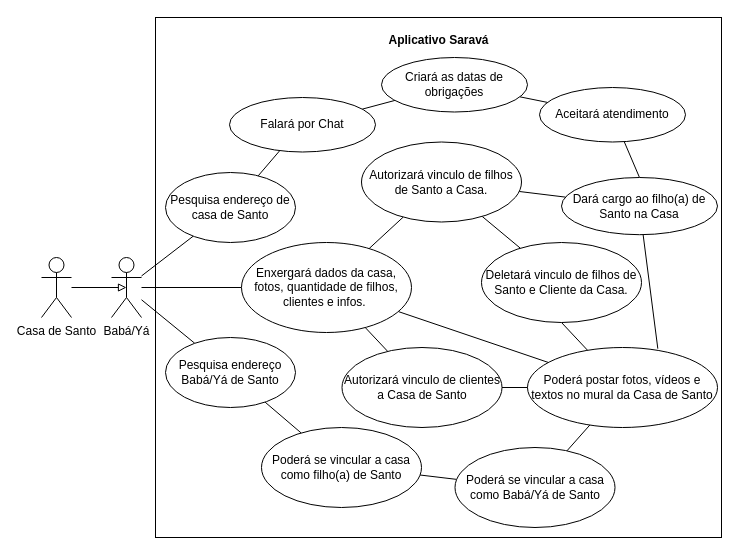
Above: CasoDeUsoBabá/Yá/CasaDeSanto.drawio in AlexCarvalhovisk/sarava (draw.io), before the change. Source tidied: cells renumbered, new cells numbered last; positions are measured from the earlier drawing's top-left corner, leaving out a move shared by most shapes. Both pictures are drawn from the tidied source at 100%, with x=0, y=0 at pixel (41, 17).
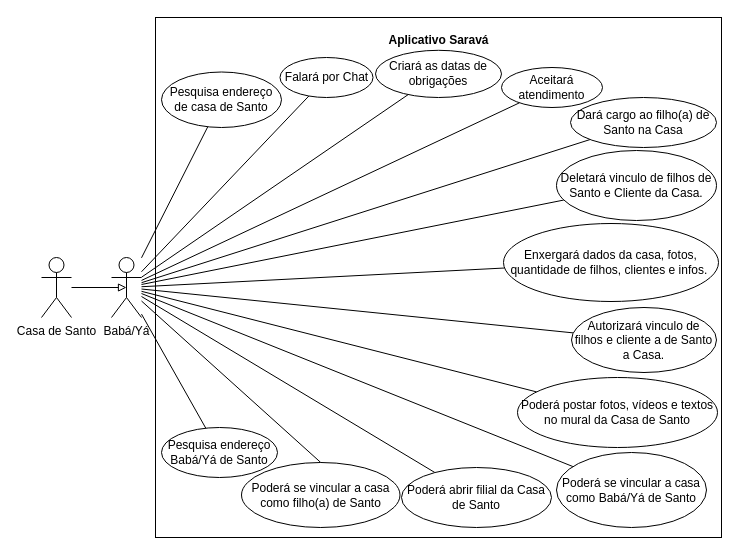
The same page after the edit.

The change refers to these unchanged cells:
```xml
<mxCell id="8" value="Babá/Yá" style="shape=umlActor;verticalLabelPosition=bottom;verticalAlign=top;html=1;" parent="1" vertex="1">
  <mxGeometry x="70" y="240" width="30" height="60" as="geometry" />
</mxCell>
```

Diff of the diagram source:
```diff
@@
+    <mxCell id="6" style="rounded=0;jettySize=auto;html=1;endArrow=none;endFill=0;" parent="1" edge="1" source="8" target="10">
+      <mxGeometry relative="1" as="geometry" />
+    </mxCell>
+    <mxCell id="38" style="rounded=0;jettySize=auto;html=1;endArrow=none;endFill=0;" parent="1" edge="1" source="8" target="24">
+      <mxGeometry relative="1" as="geometry" />
+    </mxCell>
+    <mxCell id="39" style="rounded=0;jettySize=auto;html=1;endArrow=none;endFill=0;" parent="1" edge="1" source="8" target="22">
+      <mxGeometry relative="1" as="geometry" />
+    </mxCell>
+    <mxCell id="40" style="rounded=0;jettySize=auto;html=1;endArrow=none;endFill=0;" parent="1" edge="1" source="8" target="26">
+      <mxGeometry relative="1" as="geometry" />
+    </mxCell>
+    <mxCell id="41" style="rounded=0;jettySize=auto;html=1;endArrow=none;endFill=0;" parent="1" edge="1" source="8" target="30">
+      <mxGeometry relative="1" as="geometry" />
+    </mxCell>
+    <mxCell id="42" style="rounded=0;jettySize=auto;html=1;endArrow=none;endFill=0;" parent="1" edge="1" source="8" target="37">
+      <mxGeometry relative="1" as="geometry" />
+    </mxCell>
+    <mxCell id="7" style="rounded=0;jettySize=auto;html=1;endArrow=none;endFill=0;" parent="1" edge="1" source="8" target="15">
+      <mxGeometry relative="1" as="geometry" />
+    </mxCell>
+    <mxCell id="43" style="rounded=0;jettySize=auto;html=1;endArrow=none;endFill=0;" parent="1" edge="1" source="8" target="36">
+      <mxGeometry relative="1" as="geometry" />
+    </mxCell>
+    <mxCell id="44" style="rounded=0;jettySize=auto;html=1;endArrow=none;endFill=0;" parent="1" edge="1" source="8" target="20">
+      <mxGeometry relative="1" as="geometry" />
+    </mxCell>
+    <mxCell id="45" style="rounded=0;jettySize=auto;html=1;endArrow=none;endFill=0;" parent="1" edge="1" source="8" target="28">
+      <mxGeometry relative="1" as="geometry" />
+    </mxCell>
+    <mxCell id="46" style="rounded=0;jettySize=auto;html=1;endArrow=none;endFill=0;" parent="1" edge="1" source="8" target="32">
+      <mxGeometry relative="1" as="geometry" />
+    </mxCell>
+    <mxCell id="47" style="rounded=0;jettySize=auto;html=1;entryX=0.5;entryY=0;entryDx=0;entryDy=0;endArrow=none;endFill=0;" parent="1" edge="1" source="8" target="18">
+      <mxGeometry relative="1" as="geometry" />
+    </mxCell>
@@
-    <mxCell id="6" style="rounded=0;jettySize=auto;html=1;endArrow=none;endFill=0;" parent="1" edge="1" source="8" target="10">
-      <mxGeometry relative="1" as="geometry" />
-    </mxCell>
-    <mxCell id="7" style="rounded=0;jettySize=auto;html=1;endArrow=none;endFill=0;" parent="1" edge="1" source="8" target="15">
-      <mxGeometry relative="1" as="geometry" />
-    </mxCell>
@@
-    <mxCell id="9" style="rounded=0;jettySize=auto;html=1;endArrow=none;endFill=0;" parent="1" edge="1" source="10" target="24">
-      <mxGeometry relative="1" as="geometry" />
-    </mxCell>
     <mxCell id="10" value="Pesquisa endereço de casa de Santo" style="ellipse;whiteSpace=wrap;html=1;" parent="1" vertex="1">
-      <mxGeometry x="124" y="155" width="130" height="70" as="geometry" />
+      <mxGeometry x="120" y="54.5" width="120" height="55.5" as="geometry" />
     </mxCell>
-    <mxCell id="11" style="rounded=0;jettySize=auto;html=1;endArrow=none;endFill=0;" parent="1" edge="1" source="12" target="18">
-      <mxGeometry relative="1" as="geometry" />
-    </mxCell>
     <mxCell id="12" value="Pesquisa endereço Babá/Yá de Santo" style="ellipse;whiteSpace=wrap;html=1;" parent="1" vertex="1">
-      <mxGeometry x="124" y="320" width="130" height="70" as="geometry" />
+      <mxGeometry x="120" y="410" width="116" height="50" as="geometry" />
     </mxCell>
-    <mxCell id="13" style="rounded=0;jettySize=auto;html=1;endArrow=none;endFill=0;" parent="1" edge="1" source="15" target="20">
-      <mxGeometry relative="1" as="geometry" />
-    </mxCell>
-    <mxCell id="14" style="rounded=0;jettySize=auto;html=1;endArrow=none;endFill=0;" parent="1" edge="1" source="15" target="32">
-      <mxGeometry relative="1" as="geometry" />
-    </mxCell>
     <mxCell id="15" value="Enxergará dados da casa, fotos, quantidade de filhos, clientes e infos.&amp;nbsp;" style="ellipse;whiteSpace=wrap;html=1;" parent="1" vertex="1">
-      <mxGeometry x="200" y="225" width="170" height="90" as="geometry" />
+      <mxGeometry x="462" y="206" width="215" height="78" as="geometry" />
     </mxCell>
@@
-    <mxCell id="17" style="rounded=0;jettySize=auto;html=1;endArrow=none;endFill=0;" parent="1" edge="1" source="18" target="28">
-      <mxGeometry relative="1" as="geometry" />
-    </mxCell>
     <mxCell id="18" value="Poderá se vincular a casa como filho(a) de Santo" style="ellipse;whiteSpace=wrap;html=1;" parent="1" vertex="1">
-      <mxGeometry x="220" y="410" width="160" height="80" as="geometry" />
+      <mxGeometry x="200" y="445" width="158.5" height="65" as="geometry" />
     </mxCell>
-    <mxCell id="19" style="rounded=0;jettySize=auto;html=1;entryX=0.5;entryY=1;entryDx=0;entryDy=0;endArrow=none;endFill=0;" parent="1" edge="1" source="20" target="37">
-      <mxGeometry relative="1" as="geometry" />
-    </mxCell>
     <mxCell id="20" value="Poderá postar fotos, vídeos e textos no mural da Casa de Santo" style="ellipse;whiteSpace=wrap;html=1;" parent="1" vertex="1">
-      <mxGeometry x="486" y="330" width="190" height="80" as="geometry" />
+      <mxGeometry x="476" y="360" width="200" height="70" as="geometry" />
     </mxCell>
-    <mxCell id="21" style="rounded=0;jettySize=auto;html=1;endArrow=none;endFill=0;" parent="1" edge="1" source="22" target="26">
-      <mxGeometry relative="1" as="geometry" />
-    </mxCell>
     <mxCell id="22" value="Criará as datas de obrigações" style="ellipse;whiteSpace=wrap;html=1;" parent="1" vertex="1">
-      <mxGeometry x="340" y="40" width="146" height="54.5" as="geometry" />
+      <mxGeometry x="334" y="32.8" width="126" height="47.2" as="geometry" />
     </mxCell>
-    <mxCell id="23" style="rounded=0;jettySize=auto;html=1;endArrow=none;endFill=0;" parent="1" edge="1" source="24" target="22">
-      <mxGeometry relative="1" as="geometry" />
-    </mxCell>
     <mxCell id="24" value="Falará por Chat" style="ellipse;whiteSpace=wrap;html=1;" parent="1" vertex="1">
-      <mxGeometry x="188" y="80" width="146" height="54.5" as="geometry" />
+      <mxGeometry x="238.5" y="40" width="93" height="40" as="geometry" />
     </mxCell>
-    <mxCell id="25" style="rounded=0;jettySize=auto;html=1;entryX=0.5;entryY=0;entryDx=0;entryDy=0;endArrow=none;endFill=0;" parent="1" edge="1" source="26" target="30">
-      <mxGeometry relative="1" as="geometry" />
-    </mxCell>
     <mxCell id="26" value="Aceitará atendimento" style="ellipse;whiteSpace=wrap;html=1;" parent="1" vertex="1">
-      <mxGeometry x="498" y="70" width="146" height="54.5" as="geometry" />
+      <mxGeometry x="460" y="50" width="101" height="40" as="geometry" />
     </mxCell>
-    <mxCell id="27" style="rounded=0;jettySize=auto;html=1;endArrow=none;endFill=0;" parent="1" edge="1" source="28" target="20">
-      <mxGeometry relative="1" as="geometry" />
-    </mxCell>
     <mxCell id="28" value="Poderá se vincular a casa como Babá/Yá de Santo" style="ellipse;whiteSpace=wrap;html=1;" parent="1" vertex="1">
-      <mxGeometry x="413.5" y="430" width="160" height="80" as="geometry" />
+      <mxGeometry x="515" y="435" width="150" height="75" as="geometry" />
     </mxCell>
-    <mxCell id="29" style="rounded=0;jettySize=auto;html=1;endArrow=none;endFill=0;entryX=0.686;entryY=0.015;entryDx=0;entryDy=0;entryPerimeter=0;" parent="1" edge="1" source="30" target="20">
-      <mxGeometry relative="1" as="geometry" />
-    </mxCell>
     <mxCell id="30" value="Dará cargo ao filho(a) de Santo na Casa" style="ellipse;whiteSpace=wrap;html=1;" parent="1" vertex="1">
-      <mxGeometry x="520" y="160" width="156" height="57.2" as="geometry" />
+      <mxGeometry x="529" y="80" width="146" height="50" as="geometry" />
     </mxCell>
-    <mxCell id="31" style="rounded=0;jettySize=auto;html=1;endArrow=none;endFill=0;" parent="1" edge="1" source="32" target="20">
-      <mxGeometry relative="1" as="geometry" />
-    </mxCell>
-    <mxCell id="32" value="Autorizará vinculo de clientes a Casa de Santo" style="ellipse;whiteSpace=wrap;html=1;" parent="1" vertex="1">
-      <mxGeometry x="300.5" y="330" width="160" height="80" as="geometry" />
+    <mxCell id="32" value="Poderá abrir filial da Casa de Santo" style="ellipse;whiteSpace=wrap;html=1;" parent="1" vertex="1">
+      <mxGeometry x="360" y="450" width="150" height="60" as="geometry" />
     </mxCell>
-    <mxCell id="33" style="rounded=0;jettySize=auto;html=1;endArrow=none;endFill=0;" parent="1" edge="1" source="36" target="15">
-      <mxGeometry relative="1" as="geometry" />
-    </mxCell>
-    <mxCell id="34" style="rounded=0;jettySize=auto;html=1;endArrow=none;endFill=0;" parent="1" edge="1" source="36" target="30">
-      <mxGeometry relative="1" as="geometry" />
-    </mxCell>
-    <mxCell id="35" style="rounded=0;jettySize=auto;html=1;endArrow=none;endFill=0;" parent="1" edge="1" source="36" target="37">
-      <mxGeometry relative="1" as="geometry" />
-    </mxCell>
-    <mxCell id="36" value="Autorizará vinculo de filhos de Santo a Casa." style="ellipse;whiteSpace=wrap;html=1;" parent="1" vertex="1">
-      <mxGeometry x="320" y="124.5" width="160" height="80" as="geometry" />
+    <mxCell id="36" value="Autorizará vinculo de filhos e cliente a de Santo a Casa." style="ellipse;whiteSpace=wrap;html=1;" parent="1" vertex="1">
+      <mxGeometry x="530" y="290" width="145" height="65" as="geometry" />
     </mxCell>
     <mxCell id="37" value="Deletará vinculo de filhos de Santo e Cliente da Casa." style="ellipse;whiteSpace=wrap;html=1;" parent="1" vertex="1">
-      <mxGeometry x="440" y="225" width="160" height="80" as="geometry" />
+      <mxGeometry x="515" y="133" width="160" height="70" as="geometry" />
     </mxCell>
```
